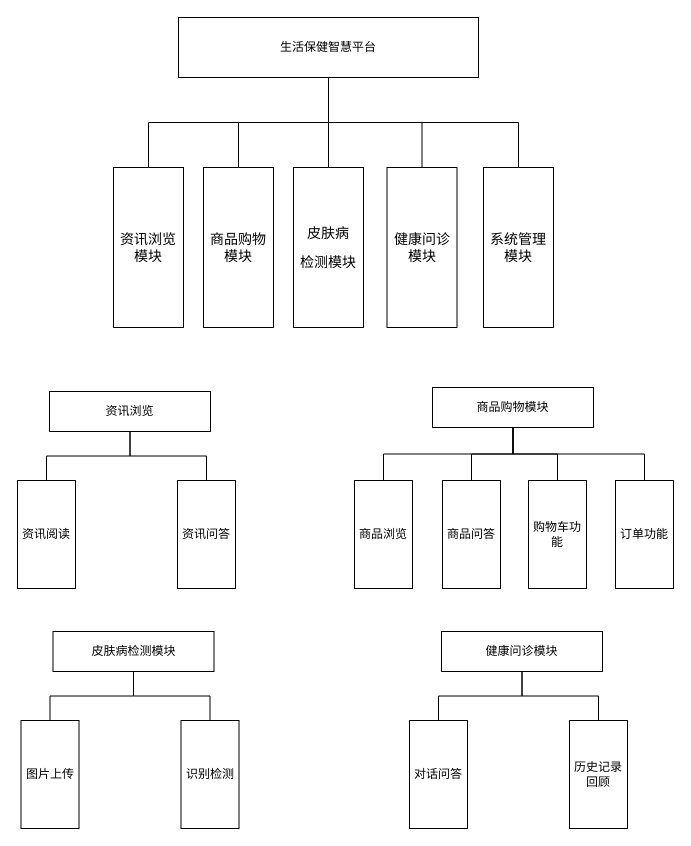
Above: DrawIO/BS-1.drawio in JeckChen666/Jc-Private-Repository (draw.io), before the change. Source tidied: cells renumbered, new cells numbered last; positions are measured from the earlier drawing's top-left corner, leaving out a move shared by most shapes. Both pictures are drawn from the tidied source at 100%, with x=0, y=0 at pixel (17, 17).
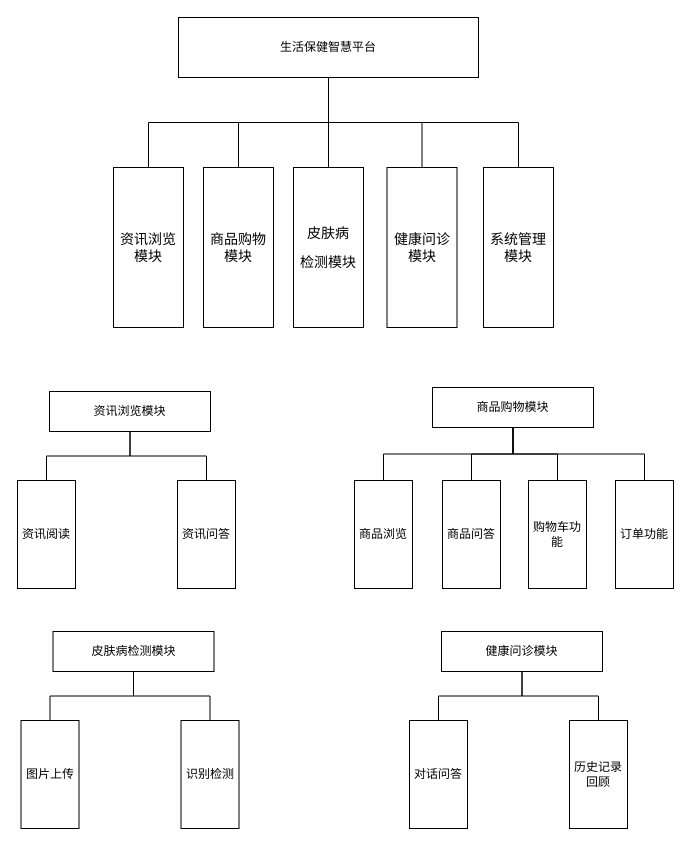
The same diagram, later.

Commit message:
更新BS-1.drawio：修改部分名称

Diff of the diagram source:
```diff
@@
-    <mxCell id="13" value="资讯浏览" style="rounded=0;whiteSpace=wrap;html=1;" parent="1" vertex="1">
+    <mxCell id="13" value="资讯浏览模块" style="rounded=0;whiteSpace=wrap;html=1;" parent="1" vertex="1">
       <mxGeometry x="32" y="374" width="161" height="40" as="geometry" />
     </mxCell>
```
